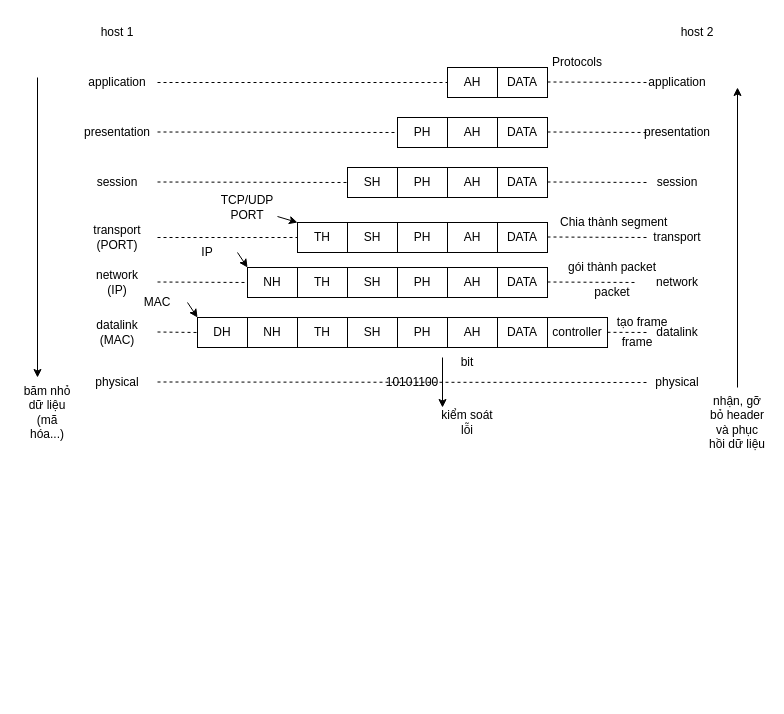
Earlier version of the draw.io diagram OSI.drawio (rolandwalker2505/drawing). Source tidied: cells renumbered, new cells numbered last; positions are measured from the earlier drawing's top-left corner, leaving out a move shared by most shapes. Both pictures are drawn from the tidied source at 100%, with x=0, y=0 at pixel (17, 17).
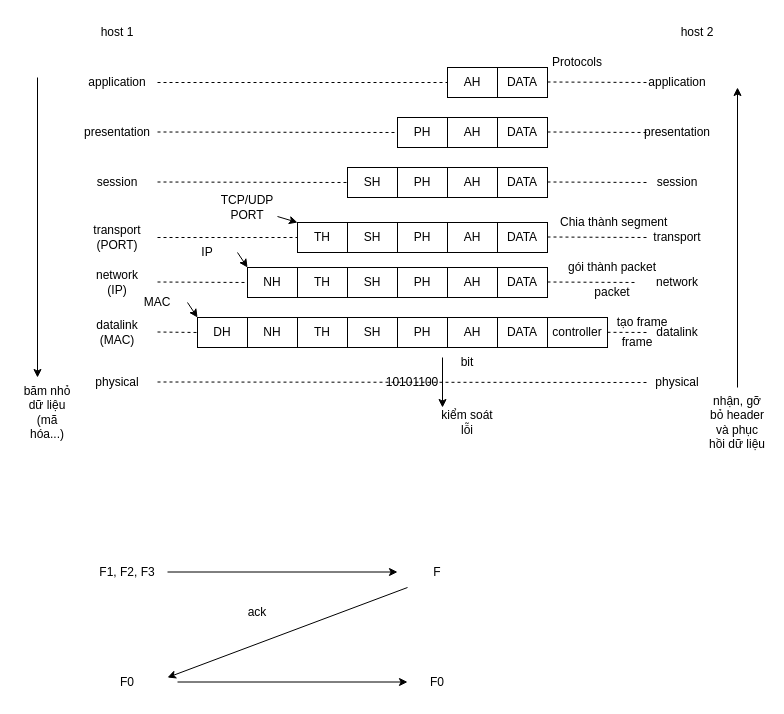
The same diagram, later.

What changed in the source:
```diff
@@
+    <mxCell id="79" style="endArrow=classic;html=1;rounded=0;" parent="1" edge="1">
+      <mxGeometry relative="1" as="geometry">
+        <mxPoint x="150" y="554.5" as="sourcePoint" />
+        <mxPoint x="380" y="554.5" as="targetPoint" />
+      </mxGeometry>
+    </mxCell>
+    <mxCell id="80" value="F" style="text;html=1;align=center;verticalAlign=middle;whiteSpace=wrap;rounded=0;" parent="1" vertex="1">
+      <mxGeometry x="390" y="540" width="60" height="30" as="geometry" />
+    </mxCell>
+    <mxCell id="81" value="F1, F2, F3" style="text;html=1;align=center;verticalAlign=middle;whiteSpace=wrap;rounded=0;" parent="1" vertex="1">
+      <mxGeometry x="80" y="540" width="60" height="30" as="geometry" />
+    </mxCell>
+    <mxCell id="82" style="endArrow=classic;html=1;rounded=0;exitX=0;exitY=1;exitDx=0;exitDy=0;" parent="1" edge="1" source="80">
+      <mxGeometry relative="1" as="geometry">
+        <mxPoint x="150" y="660" as="targetPoint" />
+      </mxGeometry>
+    </mxCell>
+    <mxCell id="83" value="F0" style="text;html=1;align=center;verticalAlign=middle;whiteSpace=wrap;rounded=0;" parent="1" vertex="1">
+      <mxGeometry x="80" y="650" width="60" height="30" as="geometry" />
+    </mxCell>
+    <mxCell id="84" value="F0" style="text;html=1;align=center;verticalAlign=middle;whiteSpace=wrap;rounded=0;" parent="1" vertex="1">
+      <mxGeometry x="390" y="650" width="60" height="30" as="geometry" />
+    </mxCell>
+    <mxCell id="85" value="ack" style="text;html=1;align=center;verticalAlign=middle;whiteSpace=wrap;rounded=0;" parent="1" vertex="1">
+      <mxGeometry x="210" y="580" width="60" height="30" as="geometry" />
+    </mxCell>
+    <mxCell id="86" style="endArrow=classic;html=1;rounded=0;" parent="1" edge="1">
+      <mxGeometry relative="1" as="geometry">
+        <mxPoint x="160" y="664.5" as="sourcePoint" />
+        <mxPoint x="390" y="664.5" as="targetPoint" />
+      </mxGeometry>
+    </mxCell>
```
